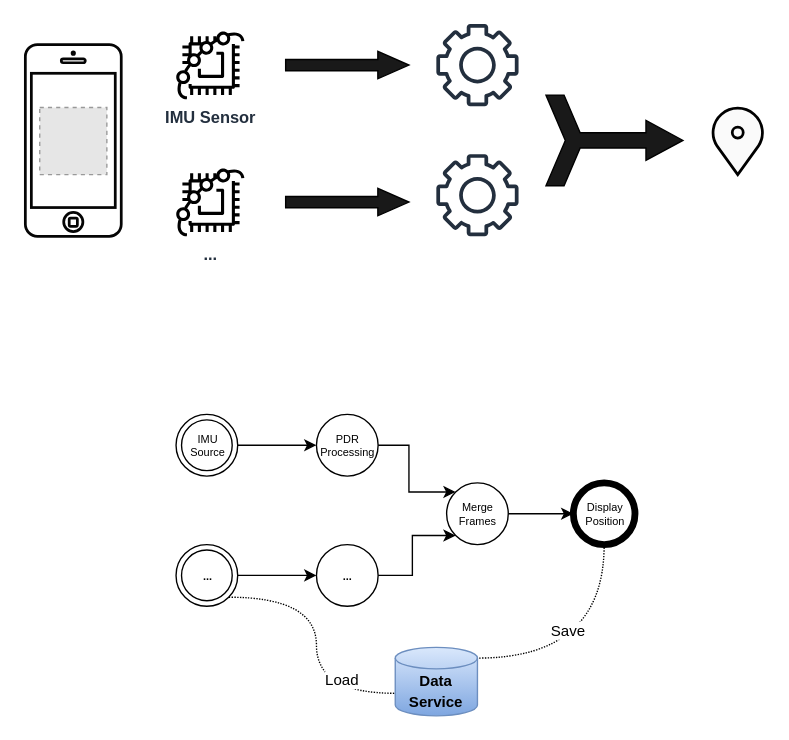
This is page "Page-13" (14 of 21) of slides/ipin2021/images/ipin2021_slides.drawio from OpenHPS/openhps.org, a draw.io file, before an edit. Source tidied: cells renumbered, new cells numbered last; positions are measured from the earlier drawing's top-left corner, leaving out a move shared by most shapes. Both pictures are drawn from the tidied source at 137%, with x=0, y=0 at pixel (25, 23). Pictures stored in the file or linked from it are replaced by grey dashed boxes.
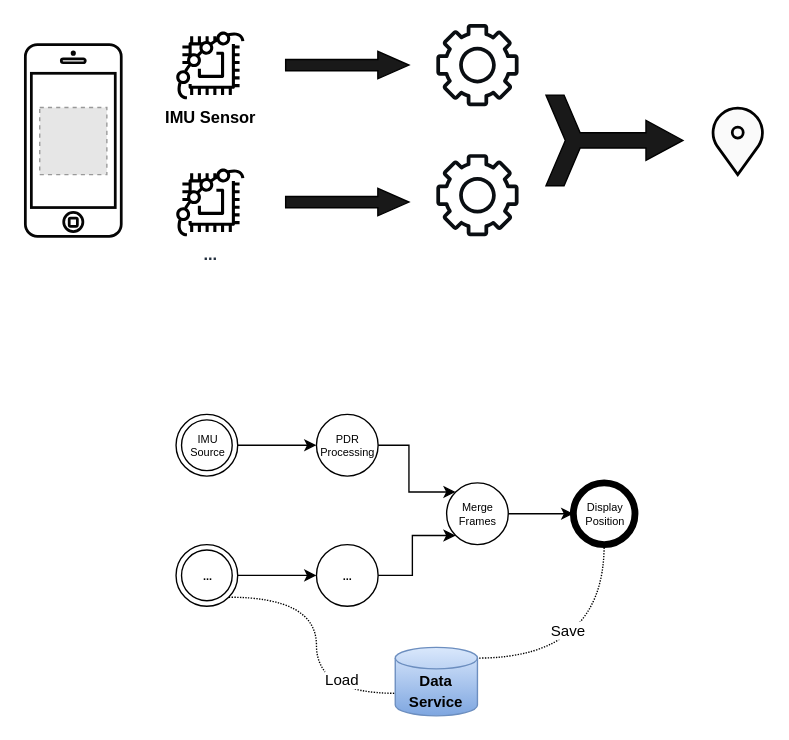
Above is the later version.

The edit, as a diff of the source:
```diff
@@
-    <mxCell id="2" value="&lt;b&gt;IMU Sensor&lt;/b&gt;" style="sketch=0;fontColor=#232F3E;gradientColor=none;fillColor=#000000;strokeColor=none;dashed=0;verticalLabelPosition=bottom;verticalAlign=top;align=center;html=1;fontSize=12;fontStyle=0;shape=mxgraph.aws4.braket_chip;" parent="1" vertex="1">
+    <mxCell id="2" value="&lt;b&gt;IMU Sensor&lt;/b&gt;" style="sketch=0;fontColor=#000000;gradientColor=none;fillColor=#000000;strokeColor=none;dashed=0;verticalLabelPosition=bottom;verticalAlign=top;align=center;html=1;fontSize=12;fontStyle=0;shape=mxgraph.aws4.braket_chip;" parent="1" vertex="1">
       <mxGeometry x="110" y="5" width="50" height="50" as="geometry" />
     </mxCell>
@@
-    <mxCell id="4" style="sketch=0;fontColor=#232F3E;gradientColor=none;fillColor=#232F3E;strokeColor=none;dashed=0;verticalLabelPosition=bottom;verticalAlign=top;align=center;html=1;fontSize=12;fontStyle=0;shape=mxgraph.aws4.gear;" parent="1" vertex="1">
+    <mxCell id="4" style="sketch=0;fontColor=#232F3E;gradientColor=none;fillColor=#0A0E12;strokeColor=none;dashed=0;verticalLabelPosition=bottom;verticalAlign=top;align=center;html=1;fontSize=12;fontStyle=0;shape=mxgraph.aws4.gear;" parent="1" vertex="1">
       <mxGeometry x="300" width="60" height="60" as="geometry" />
     </mxCell>
@@
-    <mxCell id="6" style="sketch=0;fontColor=#232F3E;gradientColor=none;fillColor=#232F3E;strokeColor=none;dashed=0;verticalLabelPosition=bottom;verticalAlign=top;align=center;html=1;fontSize=12;fontStyle=0;shape=mxgraph.aws4.gear;" parent="1" vertex="1">
+    <mxCell id="6" style="sketch=0;fontColor=#232F3E;gradientColor=none;fillColor=#0A0E12;strokeColor=none;dashed=0;verticalLabelPosition=bottom;verticalAlign=top;align=center;html=1;fontSize=12;fontStyle=0;shape=mxgraph.aws4.gear;" parent="1" vertex="1">
       <mxGeometry x="300" y="95" width="60" height="60" as="geometry" />
     </mxCell>
```
